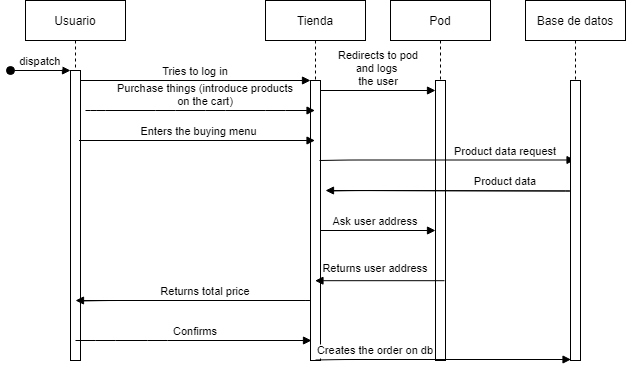
Arquisoft/dede_es1b keeps this draw.io diagram as docs/images/SecComprar.png. Above is the earlier version. Source tidied: cells renumbered, new cells last; positions are measured from the earlier drawing's top-left corner, leaving out a move shared by most shapes. Source of this version:
```xml
<mxGraphModel>
  <root>
    <mxCell id="0" />
    <mxCell id="1" parent="0" />
    <mxCell id="2" value="Usuario" style="shape=umlLifeline;perimeter=lifelinePerimeter;rounded=0;shadow=0;strokeWidth=1;" parent="1" vertex="1">
      <mxGeometry x="15" width="100" height="360" as="geometry" />
    </mxCell>
    <mxCell id="3" style="points=[];perimeter=orthogonalPerimeter;rounded=0;shadow=0;strokeWidth=1;" parent="2" vertex="1">
      <mxGeometry x="45" y="70" width="10" height="290" as="geometry" />
    </mxCell>
    <mxCell id="4" value="dispatch" style="verticalAlign=bottom;startArrow=oval;endArrow=block;startSize=8;shadow=0;strokeWidth=1;" parent="2" edge="1" target="3">
      <mxGeometry relative="1" as="geometry">
        <mxPoint x="-15" y="70" as="sourcePoint" />
      </mxGeometry>
    </mxCell>
    <mxCell id="5" value="Tienda" style="shape=umlLifeline;perimeter=lifelinePerimeter;rounded=0;shadow=0;strokeWidth=1;" parent="1" vertex="1">
      <mxGeometry x="255" width="100" height="360" as="geometry" />
    </mxCell>
    <mxCell id="6" style="points=[];perimeter=orthogonalPerimeter;rounded=0;shadow=0;strokeWidth=1;" parent="5" vertex="1">
      <mxGeometry x="45" y="80" width="10" height="280" as="geometry" />
    </mxCell>
    <mxCell id="7" value="Tries to log in" style="verticalAlign=bottom;endArrow=block;entryX=0;entryY=0;shadow=0;strokeWidth=1;" parent="1" edge="1" source="3" target="6">
      <mxGeometry relative="1" as="geometry" />
    </mxCell>
    <mxCell id="8" value="Pod" style="shape=umlLifeline;perimeter=lifelinePerimeter;rounded=0;shadow=0;strokeWidth=1;" parent="1" vertex="1">
      <mxGeometry x="380" width="100" height="360" as="geometry" />
    </mxCell>
    <mxCell id="9" style="points=[];perimeter=orthogonalPerimeter;rounded=0;shadow=0;strokeWidth=1;" parent="8" vertex="1">
      <mxGeometry x="45" y="80" width="10" height="280" as="geometry" />
    </mxCell>
    <mxCell id="10" value="Redirects to pod &#10;and logs &#10;the user" style="verticalAlign=bottom;endArrow=block;shadow=0;strokeWidth=1;" parent="8" edge="1">
      <mxGeometry relative="1" as="geometry">
        <mxPoint x="-70" y="90" as="sourcePoint" />
        <mxPoint x="45" y="90" as="targetPoint" />
      </mxGeometry>
    </mxCell>
    <mxCell id="11" value="Product data request" style="verticalAlign=bottom;endArrow=block;shadow=0;strokeWidth=1;" parent="8" edge="1" target="15">
      <mxGeometry x="0.46" relative="1" as="geometry">
        <mxPoint x="-71" y="160" as="sourcePoint" />
        <Array as="points">
          <mxPoint x="-41.5" y="159.5" />
          <mxPoint x="10.5" y="159.5" />
        </Array>
      </mxGeometry>
    </mxCell>
    <mxCell id="12" value="Ask user address" style="verticalAlign=bottom;endArrow=block;shadow=0;strokeWidth=1;" parent="8" edge="1">
      <mxGeometry x="-0.04" relative="1" as="geometry">
        <mxPoint x="-70" y="230" as="sourcePoint" />
        <mxPoint x="45" y="230" as="targetPoint" />
      </mxGeometry>
    </mxCell>
    <mxCell id="13" value="Creates the order on db" style="verticalAlign=bottom;endArrow=block;shadow=0;strokeWidth=1;" parent="8" edge="1">
      <mxGeometry x="-0.53" relative="1" as="geometry">
        <mxPoint x="-75" y="359.5" as="sourcePoint" />
        <mxPoint x="180.5" y="359" as="targetPoint" />
        <Array as="points">
          <mxPoint x="-45.5" y="359" />
          <mxPoint x="6.5" y="359" />
        </Array>
      </mxGeometry>
    </mxCell>
    <mxCell id="14" value="Purchase things (introduce products&#10;on the cart)" style="verticalAlign=bottom;endArrow=block;shadow=0;strokeWidth=1;" parent="1" edge="1" target="5">
      <mxGeometry x="0.05" relative="1" as="geometry">
        <mxPoint x="75" y="110" as="sourcePoint" />
        <Array as="points">
          <mxPoint x="85" y="110" />
          <mxPoint x="155" y="110" />
          <mxPoint x="205" y="110" />
          <mxPoint x="265" y="110" />
        </Array>
      </mxGeometry>
    </mxCell>
    <mxCell id="15" value="Base de datos" style="shape=umlLifeline;perimeter=lifelinePerimeter;rounded=0;shadow=0;strokeWidth=1;" parent="1" vertex="1">
      <mxGeometry x="515" width="100" height="360" as="geometry" />
    </mxCell>
    <mxCell id="16" style="perimeter=orthogonalPerimeter;rounded=0;shadow=0;strokeWidth=1;" parent="15" vertex="1">
      <mxGeometry x="45" y="80" width="10" height="280" as="geometry" />
    </mxCell>
    <mxCell id="17" value="Enters the buying menu" style="verticalAlign=bottom;endArrow=block;shadow=0;strokeWidth=1;" parent="1" edge="1" target="5">
      <mxGeometry x="0.01" relative="1" as="geometry">
        <mxPoint x="68.5" y="140" as="sourcePoint" />
        <Array as="points">
          <mxPoint x="98.5" y="140" />
          <mxPoint x="150.5" y="140" />
        </Array>
        <mxPoint x="1" as="offset" />
      </mxGeometry>
    </mxCell>
    <mxCell id="18" value="Product data" style="verticalAlign=bottom;endArrow=block;shadow=0;strokeWidth=1;" parent="1" edge="1">
      <mxGeometry x="-0.29" relative="1" as="geometry">
        <mxPoint x="319" y="190.5" as="sourcePoint" />
        <mxPoint x="315" y="190" as="targetPoint" />
        <Array as="points">
          <mxPoint x="348.5" y="190" />
          <mxPoint x="565" y="190.5" />
        </Array>
      </mxGeometry>
    </mxCell>
    <mxCell id="19" value="Returns user address" style="verticalAlign=bottom;endArrow=block;shadow=0;strokeWidth=1;exitX=0.9;exitY=0.715;exitDx=0;exitDy=0;exitPerimeter=0;" parent="1" edge="1" source="9" target="5">
      <mxGeometry x="0.07" y="-3" relative="1" as="geometry" />
    </mxCell>
    <mxCell id="20" value="Returns total price" style="verticalAlign=bottom;endArrow=block;shadow=0;strokeWidth=1;" parent="1" edge="1">
      <mxGeometry x="0.45" relative="1" as="geometry">
        <mxPoint x="69" y="300.5" as="sourcePoint" />
        <mxPoint x="65" y="300" as="targetPoint" />
        <Array as="points">
          <mxPoint x="98.5" y="300" />
          <mxPoint x="305" y="300" />
        </Array>
      </mxGeometry>
    </mxCell>
    <mxCell id="21" value="Confirms" style="verticalAlign=bottom;endArrow=block;shadow=0;strokeWidth=1;" parent="1" edge="1">
      <mxGeometry x="0.01" relative="1" as="geometry">
        <mxPoint x="65" y="340" as="sourcePoint" />
        <mxPoint x="301" y="340" as="targetPoint" />
        <Array as="points">
          <mxPoint x="95" y="340" />
          <mxPoint x="147" y="340" />
        </Array>
        <mxPoint x="1" as="offset" />
      </mxGeometry>
    </mxCell>
  </root>
</mxGraphModel>
```
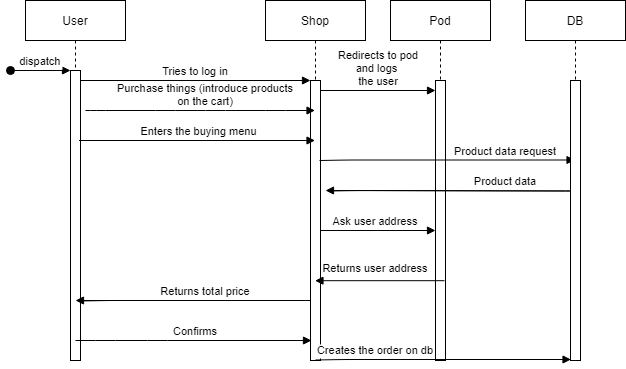
Above is the later version.

Change to the diagram source:
```diff
@@ -2,7 +2,7 @@
   <root>
     <mxCell id="0" />
     <mxCell id="1" parent="0" />
-    <mxCell id="2" value="Usuario" style="shape=umlLifeline;perimeter=lifelinePerimeter;rounded=0;shadow=0;strokeWidth=1;" parent="1" vertex="1">
+    <mxCell id="2" value="User" style="shape=umlLifeline;perimeter=lifelinePerimeter;rounded=0;shadow=0;strokeWidth=1;" parent="1" vertex="1">
       <mxGeometry x="15" width="100" height="360" as="geometry" />
     </mxCell>
     <mxCell id="3" style="points=[];perimeter=orthogonalPerimeter;rounded=0;shadow=0;strokeWidth=1;" parent="2" vertex="1">
@@ -13,7 +13,7 @@
         <mxPoint x="-15" y="70" as="sourcePoint" />
       </mxGeometry>
     </mxCell>
-    <mxCell id="5" value="Tienda" style="shape=umlLifeline;perimeter=lifelinePerimeter;rounded=0;shadow=0;strokeWidth=1;" parent="1" vertex="1">
+    <mxCell id="5" value="Shop" style="shape=umlLifeline;perimeter=lifelinePerimeter;rounded=0;shadow=0;strokeWidth=1;" parent="1" vertex="1">
       <mxGeometry x="255" width="100" height="360" as="geometry" />
     </mxCell>
     <mxCell id="6" style="points=[];perimeter=orthogonalPerimeter;rounded=0;shadow=0;strokeWidth=1;" parent="5" vertex="1">
@@ -70,7 +70,7 @@
         </Array>
       </mxGeometry>
     </mxCell>
-    <mxCell id="15" value="Base de datos" style="shape=umlLifeline;perimeter=lifelinePerimeter;rounded=0;shadow=0;strokeWidth=1;" parent="1" vertex="1">
+    <mxCell id="15" value="DB" style="shape=umlLifeline;perimeter=lifelinePerimeter;rounded=0;shadow=0;strokeWidth=1;" parent="1" vertex="1">
       <mxGeometry x="515" width="100" height="360" as="geometry" />
     </mxCell>
     <mxCell id="16" style="perimeter=orthogonalPerimeter;rounded=0;shadow=0;strokeWidth=1;" parent="15" vertex="1">
```
